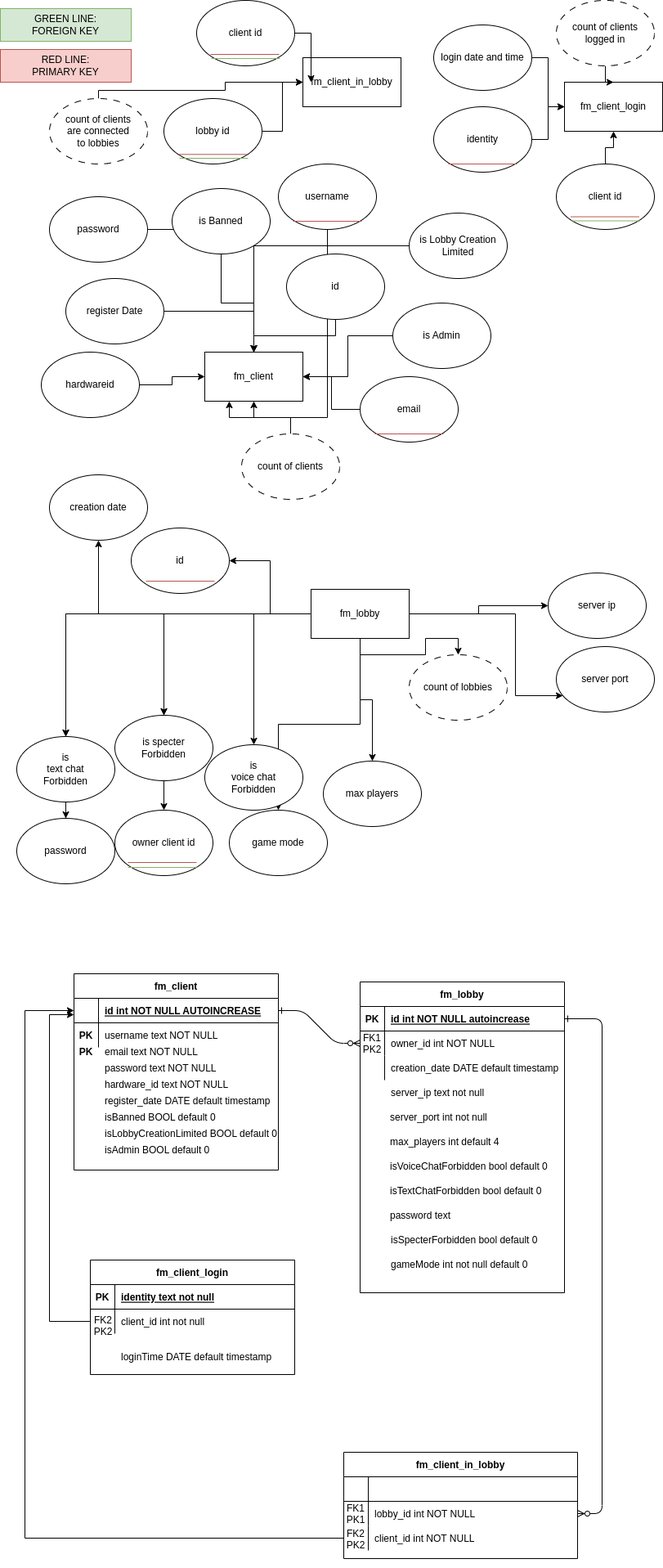
Before: docs/database/server/server-database-light.png, a diagram exported from draw.io (turnaduw/fluffyMultiplayer). Source tidied: cells renumbered, new cells last; positions are measured from the earlier drawing's top-left corner, leaving out a move shared by most shapes.
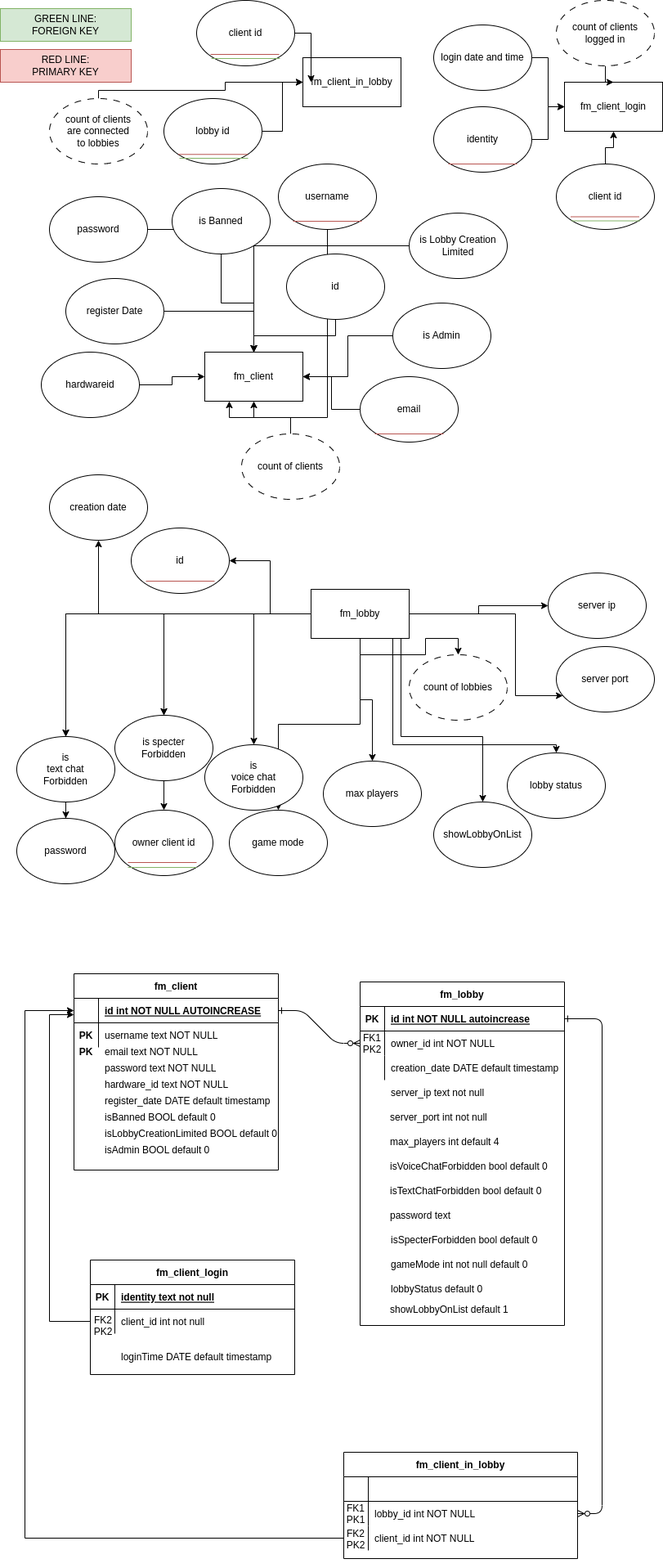
Later version of the same file.

Commit message:
database: table fm_lobby updated.

What changed in the source:
```diff
@@ -85,6 +85,22 @@
     <mxCell id="27" style="edgeStyle=orthogonalEdgeStyle;rounded=0;jettySize=auto;html=1;" parent="1" edge="1" source="28" target="133">
       <mxGeometry relative="1" as="geometry" />
     </mxCell>
+    <mxCell id="138" style="edgeStyle=orthogonalEdgeStyle;rounded=0;jettySize=auto;html=1;" parent="1" edge="1" source="28" target="141">
+      <mxGeometry relative="1" as="geometry">
+        <Array as="points">
+          <mxPoint x="490" y="900" />
+          <mxPoint x="590" y="900" />
+        </Array>
+      </mxGeometry>
+    </mxCell>
+    <mxCell id="139" style="edgeStyle=orthogonalEdgeStyle;rounded=0;jettySize=auto;html=1;" parent="1" edge="1" source="28" target="140">
+      <mxGeometry relative="1" as="geometry">
+        <Array as="points">
+          <mxPoint x="480" y="910" />
+          <mxPoint x="680" y="910" />
+        </Array>
+      </mxGeometry>
+    </mxCell>
     <mxCell id="28" value="fm_lobby" style="rounded=0;whiteSpace=wrap;html=1;" parent="1" vertex="1">
       <mxGeometry x="380" y="720" width="120" height="60" as="geometry" />
     </mxCell>
@@ -257,7 +273,7 @@
       <mxGeometry relative="1" as="geometry" />
     </mxCell>
     <mxCell id="75" value="fm_lobby" style="shape=table;startSize=30;rowLines=0;fontStyle=1;align=center;" parent="1" vertex="1">
-      <mxGeometry x="440" y="1200" width="250" height="380" as="geometry" />
+      <mxGeometry x="440" y="1200" width="250" height="420" as="geometry" />
     </mxCell>
     <mxCell id="76" style="shape=partialRectangle;fillColor=none;points=[[0,0.5],[1,0.5]];portConstraint=eastwest;top=0;left=0;right=0;bottom=1;" parent="75" vertex="1">
       <mxGeometry y="30" width="250" height="30" as="geometry" />
@@ -464,5 +480,17 @@
     <mxCell id="137" value="count of clients&lt;br&gt;logged in" style="ellipse;whiteSpace=wrap;html=1;dashed=1;dashPattern=8 8;" parent="1" vertex="1">
       <mxGeometry x="680" width="120" height="80" as="geometry" />
     </mxCell>
+    <mxCell id="140" value="lobby status" style="ellipse;whiteSpace=wrap;html=1;" parent="1" vertex="1">
+      <mxGeometry x="620" y="920" width="120" height="80" as="geometry" />
+    </mxCell>
+    <mxCell id="141" value="showLobbyOnList" style="ellipse;whiteSpace=wrap;html=1;" parent="1" vertex="1">
+      <mxGeometry x="530" y="980" width="120" height="80" as="geometry" />
+    </mxCell>
+    <mxCell id="142" value="lobbyStatus default 0" style="shape=partialRectangle;overflow=hidden;fillColor=none;top=0;left=0;bottom=0;right=0;align=left;spacingLeft=6;" parent="1" vertex="1">
+      <mxGeometry x="470" y="1560" width="220" height="30" as="geometry" />
+    </mxCell>
+    <mxCell id="143" value="showLobbyOnList default 1" style="shape=partialRectangle;overflow=hidden;fillColor=none;top=0;left=0;bottom=0;right=0;align=left;spacingLeft=6;" parent="1" vertex="1">
+      <mxGeometry x="469" y="1585" width="220" height="30" as="geometry" />
+    </mxCell>
   </root>
 </mxGraphModel>
```
